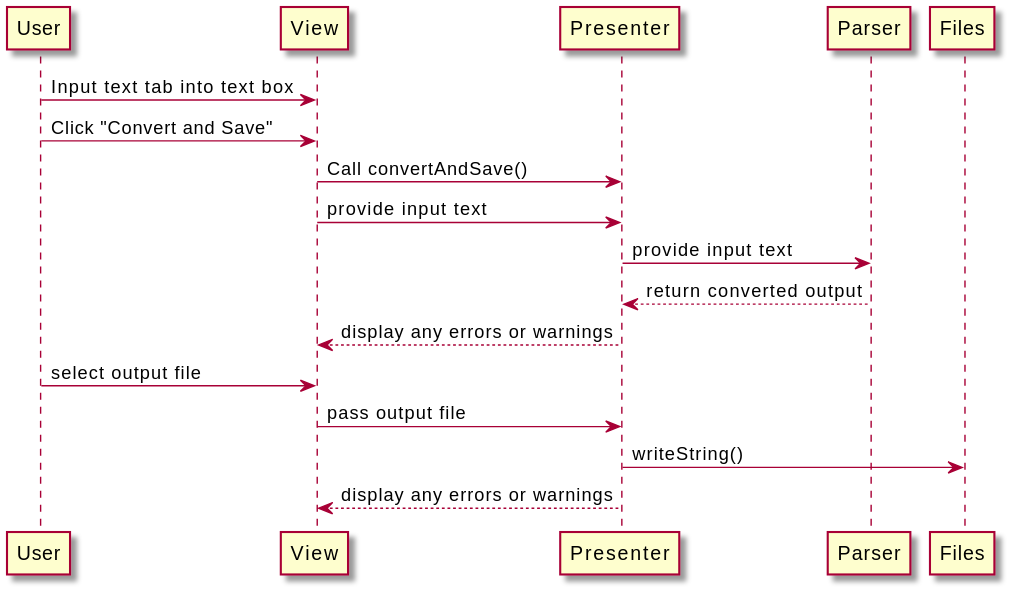
Before: Documentation/convert-and-save.svg, a diagram exported from PlantUML (ahopk127/eecs2311-tab2xml).
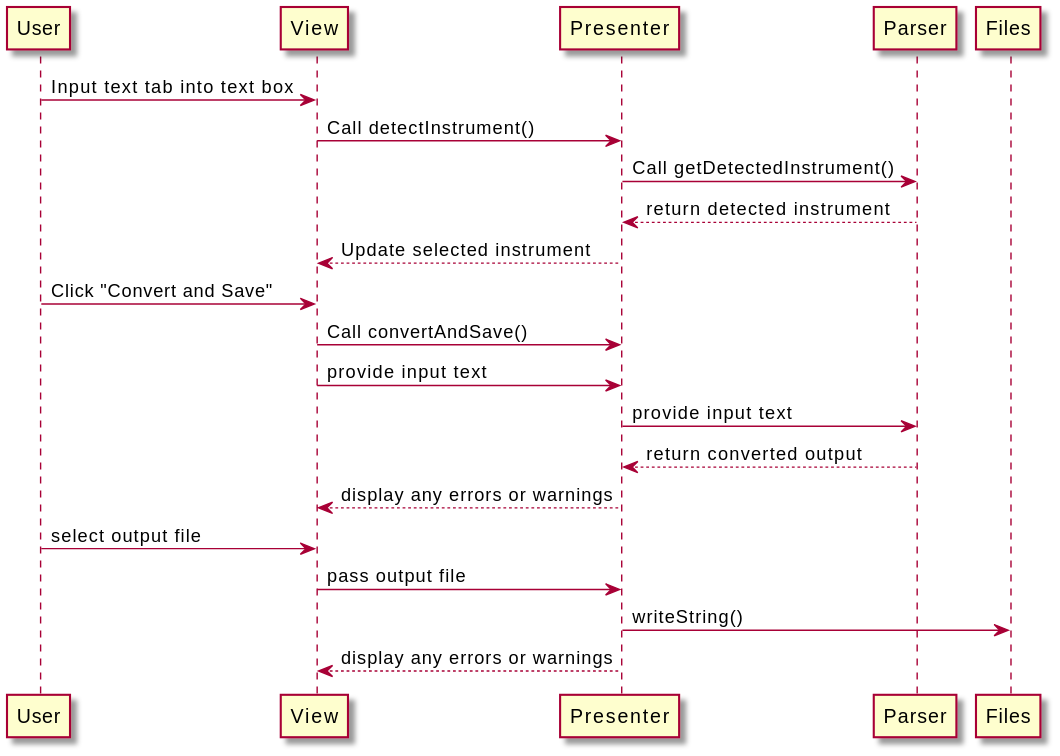
The same diagram one commit later.

The edit, as a diff of the source:
```diff
@@ -1,5 +1,9 @@
 @startuml
 User -> View : Input text tab into text box
+View -> Presenter : Call detectInstrument()
+Presenter -> Parser : Call getDetectedInstrument()
+Presenter <-- Parser : return detected instrument
+View <-- Presenter : Update selected instrument
 User -> View : Click "Convert and Save"
 View -> Presenter : Call convertAndSave()
 View -> Presenter : provide input text
```
